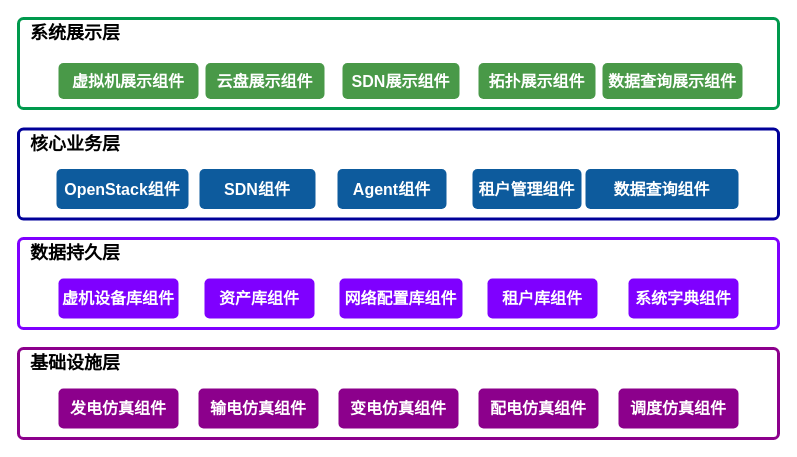
This is page "试验管控" (4 of 4) of 组件关联.drawio from ytwei72/drawio, a draw.io file, before an edit. Source tidied: cells renumbered, new cells numbered last; positions are measured from the earlier drawing's top-left corner, leaving out a move shared by most shapes. Both pictures are drawn from the tidied source at 100%, with x=0, y=0 at pixel (18, 18).
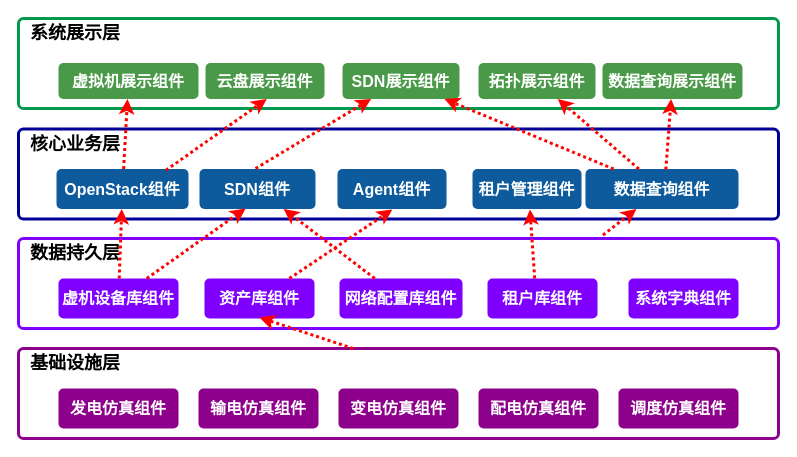
After the change.

Commit message:
增加试验管控关联

Unchanged cells that the change refers to:
```xml
<mxCell id="4" value="虚拟机展示组件" style="html=1;shadow=0;dashed=0;shape=mxgraph.bootstrap.rrect;align=center;rSize=5;strokeColor=none;fillColor=#499948;fontColor=#ffffff;fontStyle=1;whiteSpace=wrap;fontSize=16;fontFamily=楷体;flipH=1;flipV=1;" parent="2" vertex="1">
  <mxGeometry x="40" y="44.5" width="140" height="36" as="geometry" />
</mxCell>
<mxCell id="5" value="云盘展示组件" style="html=1;shadow=0;dashed=0;shape=mxgraph.bootstrap.rrect;align=center;rSize=5;strokeColor=none;fillColor=#499948;fontColor=#ffffff;fontStyle=1;whiteSpace=wrap;fontSize=16;fontFamily=楷体;flipH=1;flipV=1;" parent="2" vertex="1">
  <mxGeometry x="187" y="44.5" width="119" height="36" as="geometry" />
</mxCell>
<mxCell id="6" value="SDN展示组件" style="html=1;shadow=0;dashed=0;shape=mxgraph.bootstrap.rrect;align=center;rSize=5;strokeColor=none;fillColor=#499948;fontColor=#ffffff;fontStyle=1;whiteSpace=wrap;fontSize=16;fontFamily=楷体;flipH=1;flipV=1;" parent="2" vertex="1">
  <mxGeometry x="324" y="44.5" width="117" height="36" as="geometry" />
</mxCell>
<mxCell id="7" value="数据查询展示组件" style="html=1;shadow=0;dashed=0;shape=mxgraph.bootstrap.rrect;align=center;rSize=5;strokeColor=none;fillColor=#499948;fontColor=#ffffff;fontStyle=1;whiteSpace=wrap;fontSize=16;fontFamily=楷体;flipH=1;flipV=1;" parent="2" vertex="1">
  <mxGeometry x="584" y="44.5" width="140" height="36" as="geometry" />
</mxCell>
<mxCell id="8" value="拓扑展示组件" style="html=1;shadow=0;dashed=0;shape=mxgraph.bootstrap.rrect;align=center;rSize=5;strokeColor=none;fillColor=#499948;fontColor=#ffffff;fontStyle=1;whiteSpace=wrap;fontSize=16;fontFamily=楷体;flipH=1;flipV=1;" parent="2" vertex="1">
  <mxGeometry x="460" y="44.5" width="117" height="36" as="geometry" />
</mxCell>
<mxCell id="11" value="OpenStack组件" style="html=1;shadow=0;dashed=0;shape=mxgraph.bootstrap.rrect;align=center;rSize=5;strokeColor=none;fillColor=#0D5B9D;fontColor=#ffffff;fontStyle=1;whiteSpace=wrap;fontSize=16;fontFamily=楷体;" parent="9" vertex="1">
  <mxGeometry x="38" y="40" width="132" height="40" as="geometry" />
</mxCell>
<mxCell id="12" value="SDN组件" style="html=1;shadow=0;dashed=0;shape=mxgraph.bootstrap.rrect;align=center;rSize=5;strokeColor=none;fillColor=#0D5B9D;fontColor=#ffffff;fontStyle=1;whiteSpace=wrap;fontSize=16;fontFamily=楷体;" parent="9" vertex="1">
  <mxGeometry x="181" y="40" width="116" height="40" as="geometry" />
</mxCell>
<mxCell id="13" value="Agent组件" style="html=1;shadow=0;dashed=0;shape=mxgraph.bootstrap.rrect;align=center;rSize=5;strokeColor=none;fillColor=#0D5B9D;fontColor=#ffffff;fontStyle=1;whiteSpace=wrap;fontSize=16;fontFamily=楷体;" parent="9" vertex="1">
  <mxGeometry x="319" y="40" width="109" height="40" as="geometry" />
</mxCell>
<mxCell id="14" value="数据查询组件" style="html=1;shadow=0;dashed=0;shape=mxgraph.bootstrap.rrect;align=center;rSize=5;strokeColor=none;fillColor=#0D5B9D;fontColor=#ffffff;fontStyle=1;whiteSpace=wrap;fontSize=16;fontFamily=楷体;" parent="9" vertex="1">
  <mxGeometry x="567" y="40" width="153" height="40" as="geometry" />
</mxCell>
<mxCell id="15" value="租户管理组件" style="html=1;shadow=0;dashed=0;shape=mxgraph.bootstrap.rrect;align=center;rSize=5;strokeColor=none;fillColor=#0D5B9D;fontColor=#ffffff;fontStyle=1;whiteSpace=wrap;fontSize=16;fontFamily=楷体;" parent="9" vertex="1">
  <mxGeometry x="454" y="40" width="109" height="40" as="geometry" />
</mxCell>
<mxCell id="17" value="数据持久层" style="html=1;shadow=0;dashed=0;shape=mxgraph.bootstrap.topButton;rSize=5;strokeColor=none;fillColor=none;fontColor=#000000;fontSize=18;fontStyle=1;align=left;spacingLeft=10;whiteSpace=wrap;" parent="16" vertex="1">
  <mxGeometry width="760" height="30" relative="1" as="geometry" />
</mxCell>
<mxCell id="18" value="虚机设备库组件" style="html=1;shadow=0;dashed=0;shape=mxgraph.bootstrap.rrect;align=center;rSize=5;strokeColor=none;fillColor=#7F00FF;fontColor=#ffffff;fontStyle=1;whiteSpace=wrap;fontSize=16;fontFamily=楷体;" parent="16" vertex="1">
  <mxGeometry x="40" y="40" width="120" height="40" as="geometry" />
</mxCell>
<mxCell id="19" value="资产库组件" style="html=1;shadow=0;dashed=0;shape=mxgraph.bootstrap.rrect;align=center;rSize=5;strokeColor=none;fillColor=#7F00FF;fontColor=#ffffff;fontStyle=1;whiteSpace=wrap;fontSize=16;fontFamily=楷体;" parent="16" vertex="1">
  <mxGeometry x="186" y="40" width="110" height="40" as="geometry" />
</mxCell>
<mxCell id="20" value="租户库组件" style="html=1;shadow=0;dashed=0;shape=mxgraph.bootstrap.rrect;align=center;rSize=5;strokeColor=none;fillColor=#7F00FF;fontColor=#ffffff;fontStyle=1;whiteSpace=wrap;fontSize=16;fontFamily=楷体;" parent="16" vertex="1">
  <mxGeometry x="469" y="40" width="110" height="40" as="geometry" />
</mxCell>
<mxCell id="22" value="网络配置库组件" style="html=1;shadow=0;dashed=0;shape=mxgraph.bootstrap.rrect;align=center;rSize=5;strokeColor=none;fillColor=#7F00FF;fontColor=#ffffff;fontStyle=1;whiteSpace=wrap;fontSize=16;fontFamily=楷体;" parent="16" vertex="1">
  <mxGeometry x="321" y="40" width="123" height="40" as="geometry" />
</mxCell>
<mxCell id="24" value="基础设施层" style="html=1;shadow=0;dashed=0;shape=mxgraph.bootstrap.topButton;rSize=5;strokeColor=none;fillColor=none;fontColor=#000000;fontSize=18;fontStyle=1;align=left;spacingLeft=10;whiteSpace=wrap;" parent="23" vertex="1">
  <mxGeometry width="760" height="30" relative="1" as="geometry" />
</mxCell>
```

Diff of the diagram source:
```diff
@@
+    <mxCell id="30" style="endArrow=classic;html=1;fontColor=#000000;strokeColor=#FF0000;strokeWidth=3;dashed=1;dashPattern=1 1;entryX=0.5;entryY=0.975;entryDx=0;entryDy=0;entryPerimeter=0;" parent="1" edge="1" source="24" target="19">
+      <mxGeometry relative="1" as="geometry" />
+    </mxCell>
+    <mxCell id="31" style="endArrow=classic;html=1;fontColor=#000000;strokeColor=#FF0000;strokeWidth=3;dashed=1;dashPattern=1 1;" parent="1" edge="1" source="18" target="11">
+      <mxGeometry relative="1" as="geometry" />
+    </mxCell>
+    <mxCell id="32" style="endArrow=classic;html=1;fontColor=#000000;strokeColor=#FF0000;strokeWidth=3;dashed=1;dashPattern=1 1;entryX=0.397;entryY=0.988;entryDx=0;entryDy=0;entryPerimeter=0;" parent="1" edge="1" source="18" target="12">
+      <mxGeometry relative="1" as="geometry" />
+    </mxCell>
+    <mxCell id="33" style="endArrow=classic;html=1;fontColor=#000000;strokeColor=#FF0000;strokeWidth=3;dashed=1;dashPattern=1 1;entryX=0.503;entryY=1.013;entryDx=0;entryDy=0;entryPerimeter=0;" parent="1" edge="1" source="19" target="13">
+      <mxGeometry relative="1" as="geometry" />
+    </mxCell>
+    <mxCell id="34" style="endArrow=classic;html=1;fontColor=#000000;strokeColor=#FF0000;strokeWidth=3;dashed=1;dashPattern=1 1;" parent="1" edge="1" source="22" target="12">
+      <mxGeometry relative="1" as="geometry" />
+    </mxCell>
+    <mxCell id="35" style="endArrow=classic;html=1;fontColor=#000000;strokeColor=#FF0000;strokeWidth=3;dashed=1;dashPattern=1 1;entryX=0.527;entryY=1.013;entryDx=0;entryDy=0;entryPerimeter=0;exitX=0.429;exitY=-0.005;exitDx=0;exitDy=0;exitPerimeter=0;" parent="1" edge="1" source="20" target="15">
+      <mxGeometry relative="1" as="geometry" />
+    </mxCell>
+    <mxCell id="36" style="endArrow=classic;html=1;fontColor=#000000;strokeColor=#FF0000;strokeWidth=3;dashed=1;dashPattern=1 1;exitX=0.769;exitY=-0.113;exitDx=0;exitDy=0;exitPerimeter=0;" parent="1" edge="1" source="17" target="14">
+      <mxGeometry relative="1" as="geometry" />
+    </mxCell>
+    <mxCell id="37" style="endArrow=classic;html=1;fontColor=#000000;strokeColor=#FF0000;strokeWidth=3;dashed=1;dashPattern=1 1;exitX=0.525;exitY=0.013;exitDx=0;exitDy=0;exitPerimeter=0;" parent="1" edge="1" source="14" target="7">
+      <mxGeometry relative="1" as="geometry" />
+    </mxCell>
+    <mxCell id="38" style="endArrow=classic;html=1;fontColor=#000000;strokeColor=#FF0000;strokeWidth=3;dashed=1;dashPattern=1 1;" parent="1" edge="1" source="14" target="8">
+      <mxGeometry relative="1" as="geometry" />
+    </mxCell>
+    <mxCell id="39" style="endArrow=classic;html=1;fontColor=#000000;strokeColor=#FF0000;strokeWidth=3;dashed=1;dashPattern=1 1;" parent="1" edge="1" source="14" target="6">
+      <mxGeometry relative="1" as="geometry" />
+    </mxCell>
+    <mxCell id="40" style="endArrow=classic;html=1;fontColor=#000000;strokeColor=#FF0000;strokeWidth=3;dashed=1;dashPattern=1 1;exitX=0.483;exitY=-0.012;exitDx=0;exitDy=0;exitPerimeter=0;" parent="1" edge="1" source="12" target="6">
+      <mxGeometry relative="1" as="geometry" />
+    </mxCell>
+    <mxCell id="41" style="endArrow=classic;html=1;fontColor=#000000;strokeColor=#FF0000;strokeWidth=3;dashed=1;dashPattern=1 1;entryX=0.486;entryY=-0.003;entryDx=0;entryDy=0;entryPerimeter=0;exitX=0.829;exitY=0.032;exitDx=0;exitDy=0;exitPerimeter=0;" parent="1" edge="1" source="11" target="5">
+      <mxGeometry relative="1" as="geometry" />
+    </mxCell>
+    <mxCell id="42" style="endArrow=classic;html=1;fontColor=#000000;strokeColor=#FF0000;strokeWidth=3;dashed=1;dashPattern=1 1;" parent="1" edge="1" source="11" target="4">
+      <mxGeometry relative="1" as="geometry" />
+    </mxCell>
```
